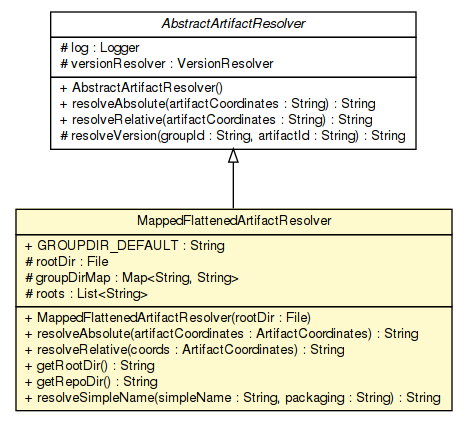
The Graphviz diagram apidocs/sorcer/resolver/MappedFlattenedArtifactResolver.png in sorcersoft/sorcersoft.github.io, before a commit. Its source is kept beside it as apidocs/sorcer/resolver/MappedFlattenedArtifactResolver.dot.
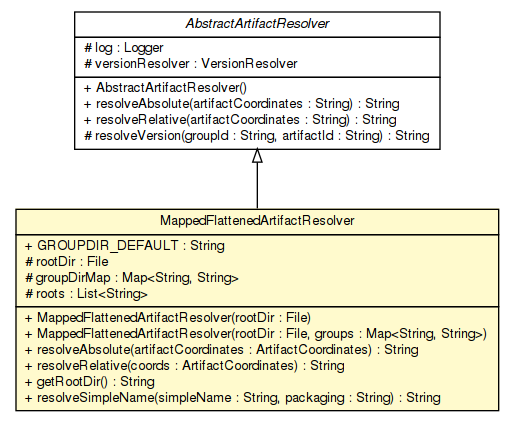
Later version of the same file.

Diff of the diagram source:
```diff
@@ -4,7 +4,7 @@
 	node [fontname="Helvetica",fontsize=10,shape=plaintext];
 	nodesep=0.25;
 	ranksep=0.5;
-	c202547 [label=<<table title="sorcer.resolver.MappedFlattenedArtifactResolver" border="0" cellborder="1" cellspacing="0" cellpadding="2" port="p" bgcolor="lemonChiffon" href="./MappedFlattenedArtifactResolver.html">
+	c283754 [label=<<table title="sorcer.resolver.MappedFlattenedArtifactResolver" border="0" cellborder="1" cellspacing="0" cellpadding="2" port="p" bgcolor="lemonChiffon" href="./MappedFlattenedArtifactResolver.html">
 		<tr><td><table border="0" cellspacing="0" cellpadding="1">
 <tr><td align="center" balign="center"> MappedFlattenedArtifactResolver </td></tr>
 		</table></td></tr>
@@ -16,14 +16,14 @@
 		</table></td></tr>
 		<tr><td><table border="0" cellspacing="0" cellpadding="1">
 <tr><td align="left" balign="left"> + MappedFlattenedArtifactResolver(rootDir : File) </td></tr>
+<tr><td align="left" balign="left"> + MappedFlattenedArtifactResolver(rootDir : File, groups : Map&lt;String, String&gt;) </td></tr>
 <tr><td align="left" balign="left"> + resolveAbsolute(artifactCoordinates : ArtifactCoordinates) : String </td></tr>
 <tr><td align="left" balign="left"> + resolveRelative(coords : ArtifactCoordinates) : String </td></tr>
 <tr><td align="left" balign="left"> + getRootDir() : String </td></tr>
-<tr><td align="left" balign="left"> + getRepoDir() : String </td></tr>
 <tr><td align="left" balign="left"> + resolveSimpleName(simpleName : String, packaging : String) : String </td></tr>
 		</table></td></tr>
 		</table>>, URL="./MappedFlattenedArtifactResolver.html", fontname="Helvetica", fontcolor="black", fontsize=10.0];
-	c202548 [label=<<table title="sorcer.resolver.AbstractArtifactResolver" border="0" cellborder="1" cellspacing="0" cellpadding="2" port="p" href="./AbstractArtifactResolver.html">
+	c283755 [label=<<table title="sorcer.resolver.AbstractArtifactResolver" border="0" cellborder="1" cellspacing="0" cellpadding="2" port="p" href="./AbstractArtifactResolver.html">
 		<tr><td><table border="0" cellspacing="0" cellpadding="1">
 <tr><td align="center" balign="center"><font face="Helvetica-Oblique"> AbstractArtifactResolver </font></td></tr>
 		</table></td></tr>
@@ -38,5 +38,5 @@
 <tr><td align="left" balign="left"> # resolveVersion(groupId : String, artifactId : String) : String </td></tr>
 		</table></td></tr>
 		</table>>, URL="./AbstractArtifactResolver.html", fontname="Helvetica", fontcolor="black", fontsize=10.0];
-	c202548:p -> c202547:p [dir=back,arrowtail=empty];
+	c283755:p -> c283754:p [dir=back,arrowtail=empty];
 }
```
